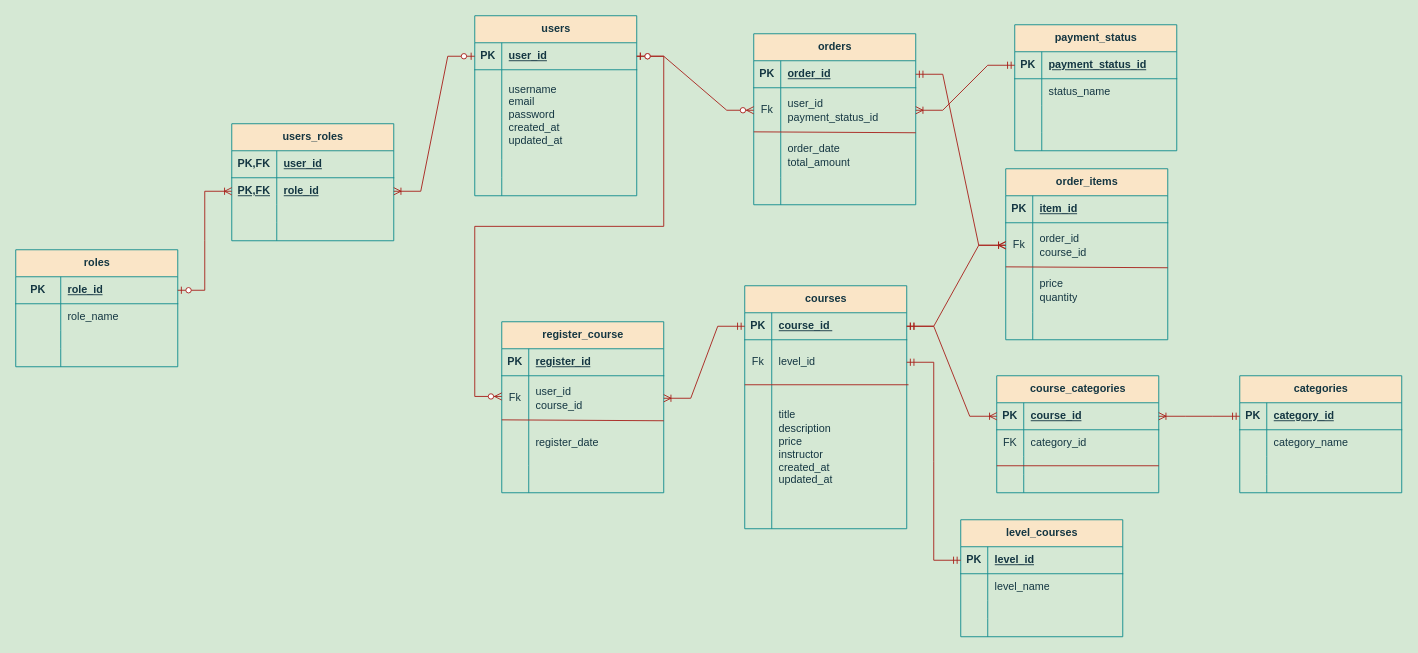
Above: Biểu đồ không có tiêu đề.drawio in KiLopFD/Web-Course-Online (draw.io), before the change. Source tidied: cells renumbered, new cells numbered last; positions are measured from the earlier drawing's top-left corner, leaving out a move shared by most shapes. Both pictures are drawn from the tidied source at 90%, with x=0, y=0 at pixel (15, 15).
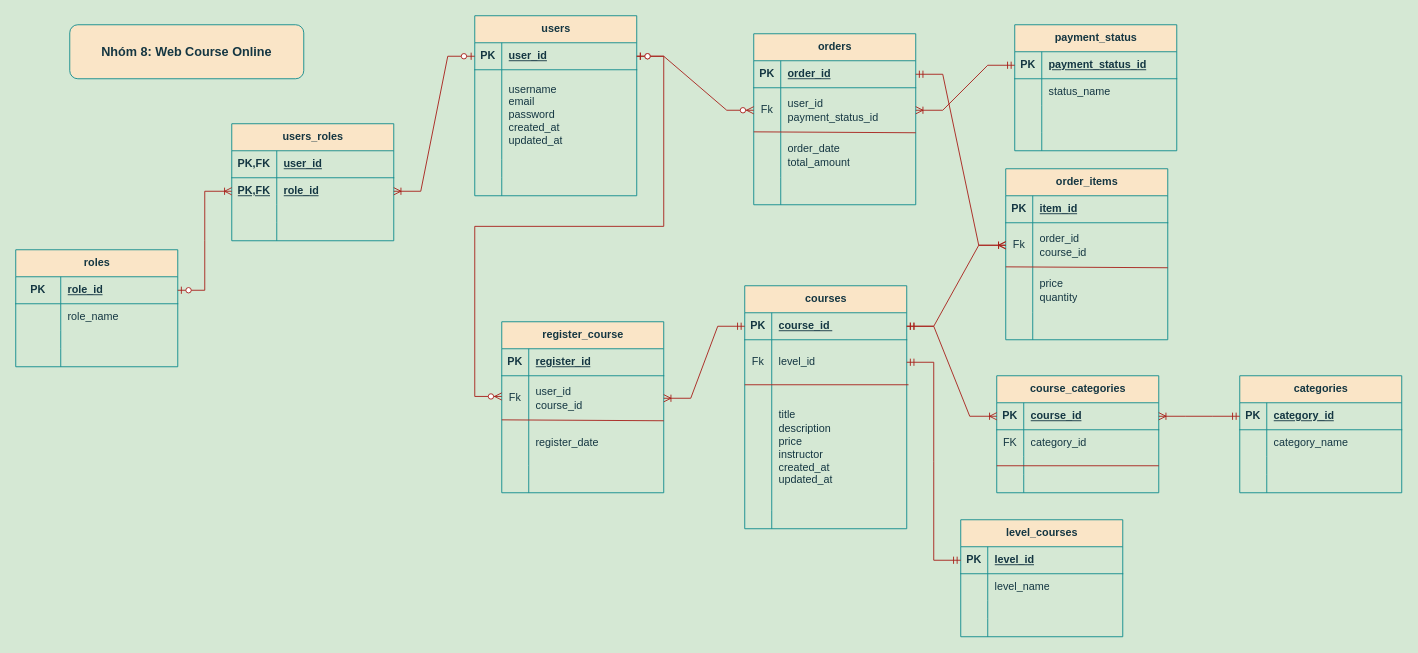
The same diagram, later.

Commit message:
Cập nhật Biểu đồ không có tiêu đề.drawio

Change to the diagram source:
```diff
@@
+    <mxCell id="161" value="&lt;h3&gt;Nhóm 8: Web Course Online&lt;/h3&gt;" style="rounded=1;whiteSpace=wrap;html=1;labelBackgroundColor=none;fillColor=#FAE5C7;strokeColor=#0F8B8D;fontColor=#143642;" parent="1" vertex="1">
+      <mxGeometry x="60" y="10" width="260" height="60" as="geometry" />
+    </mxCell>
```
